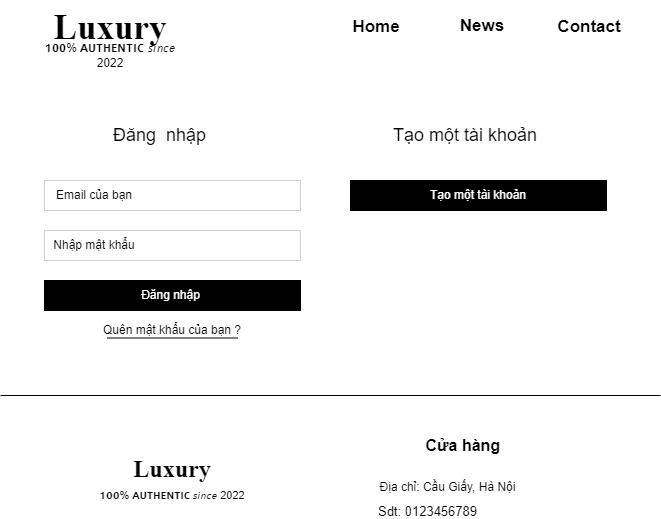
Above: images/contact.pc.png in yenphph/web106_yenphph (draw.io), before the change. Source tidied: cells renumbered, new cells last; positions are measured from the earlier drawing's top-left corner, leaving out a move shared by most shapes.
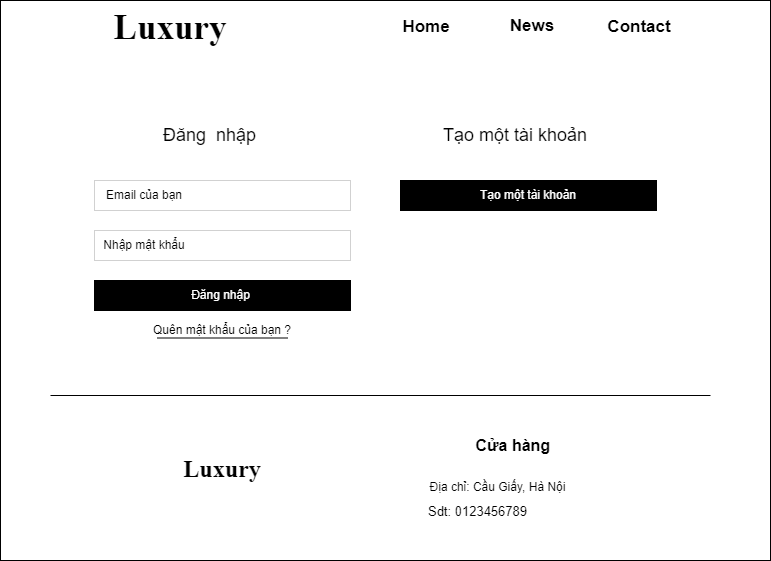
The same diagram one commit later.

Change to the diagram source:
```diff
@@ -2,11 +2,11 @@
   <root>
     <mxCell id="0" />
     <mxCell id="1" parent="0" />
-    <mxCell id="2" value="𝟭𝟬𝟬% 𝗔𝗨𝗧𝗛𝗘𝗡𝗧𝗜𝗖 𝘴𝘪𝘯𝘤𝘦 2022" style="text;html=1;strokeColor=none;fillColor=none;align=center;verticalAlign=middle;whiteSpace=wrap;rounded=0;" parent="1" vertex="1">
-      <mxGeometry x="30" y="40.3" width="160" height="30" as="geometry" />
-    </mxCell>
+    <mxCell id="24" style="rounded=0;whiteSpace=wrap;html=1;" parent="1" vertex="1">
+      <mxGeometry x="-50" width="770" height="560" as="geometry" />
+    </mxCell>
     <mxCell id="3" value="Luxury" style="text;html=1;strokeColor=none;fillColor=none;align=center;verticalAlign=middle;whiteSpace=wrap;rounded=0;fontSize=35;fontStyle=1;fontFamily=Times New Roman;" parent="1" vertex="1">
-      <mxGeometry x="30" width="160" height="53.1" as="geometry" />
+      <mxGeometry x="40" y="0.6" width="160" height="53.1" as="geometry" />
     </mxCell>
     <mxCell id="4" value="Đăng&amp;nbsp; nhập&amp;nbsp;" style="text;html=1;strokeColor=none;fillColor=none;align=center;verticalAlign=middle;whiteSpace=wrap;rounded=0;fontSize=18;" parent="1" vertex="1">
       <mxGeometry x="106.5" y="120" width="110" height="30" as="geometry" />
@@ -47,9 +47,6 @@
     <mxCell id="16" value="&lt;font style=&quot;font-size: 24px;&quot;&gt;Luxury&lt;/font&gt;" style="text;html=1;strokeColor=none;fillColor=none;align=center;verticalAlign=middle;whiteSpace=wrap;rounded=0;fontSize=35;fontStyle=1;fontFamily=Times New Roman;" parent="1" vertex="1">
       <mxGeometry x="117" y="450" width="110" height="30" as="geometry" />
     </mxCell>
-    <mxCell id="17" value="𝟭𝟬𝟬% 𝗔𝗨𝗧𝗛𝗘𝗡𝗧𝗜𝗖 𝘴𝘪𝘯𝘤𝘦 2022" style="text;html=1;strokeColor=none;fillColor=none;align=center;verticalAlign=middle;whiteSpace=wrap;rounded=0;fontSize=11;" parent="1" vertex="1">
-      <mxGeometry x="92" y="480" width="160" height="30" as="geometry" />
-    </mxCell>
     <mxCell id="18" value="Cửa hàng&amp;nbsp;" style="text;html=1;strokeColor=none;fillColor=none;align=center;verticalAlign=middle;whiteSpace=wrap;rounded=0;fontSize=16;fontStyle=1;" parent="1" vertex="1">
       <mxGeometry x="371" y="430" width="188" height="30" as="geometry" />
     </mxCell>
```
